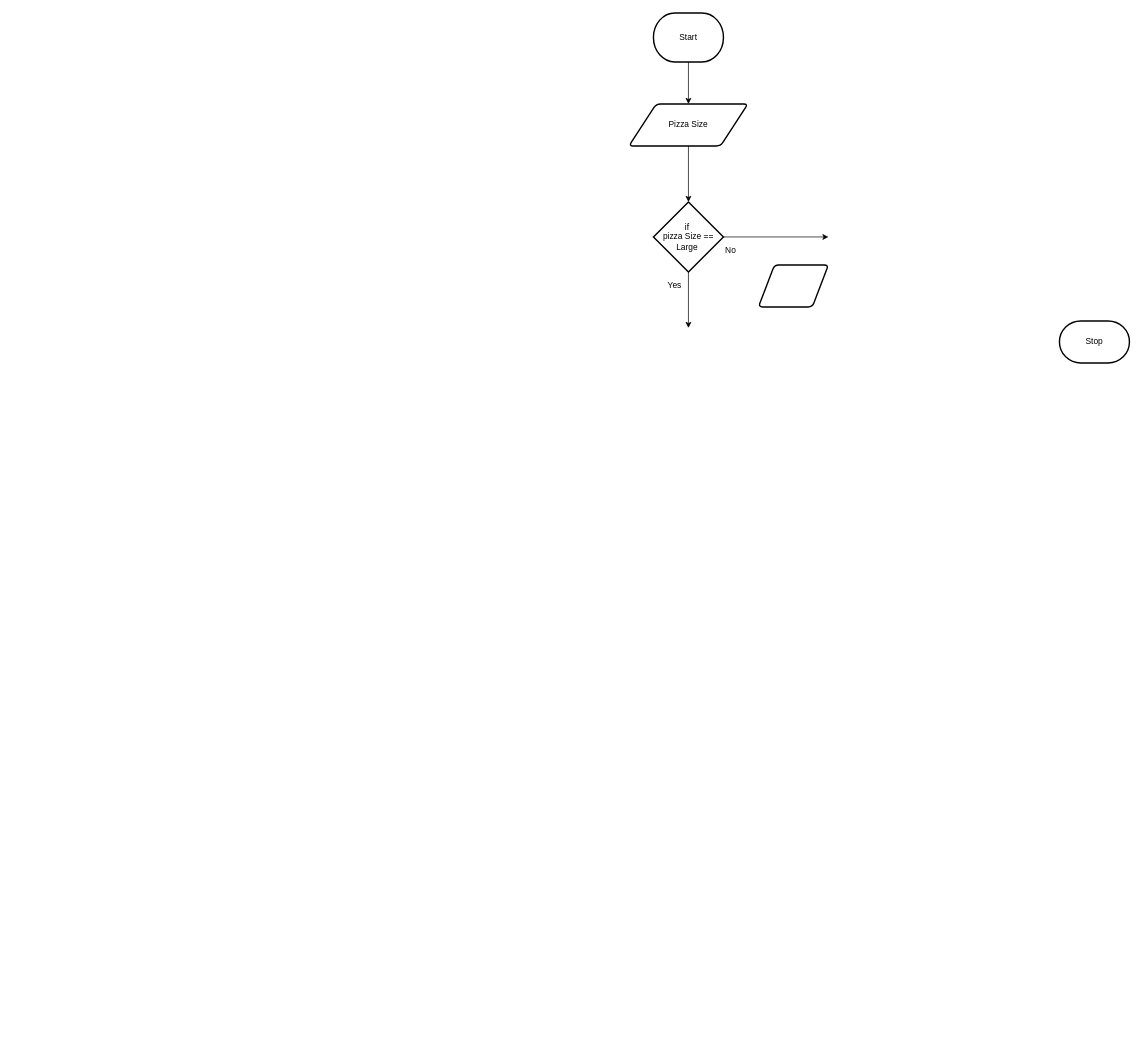
Before: design/flowchart.drawio in MTHS-ICD2O-1-2023/ICD2O-Assignment-04-George-Khalil-29, a draw.io diagram. Source tidied: cells renumbered, new cells numbered last; positions are measured from the earlier drawing's top-left corner, leaving out a move shared by most shapes. Both pictures are drawn from the tidied source at 70%, with x=0, y=0 at pixel (629, 13).
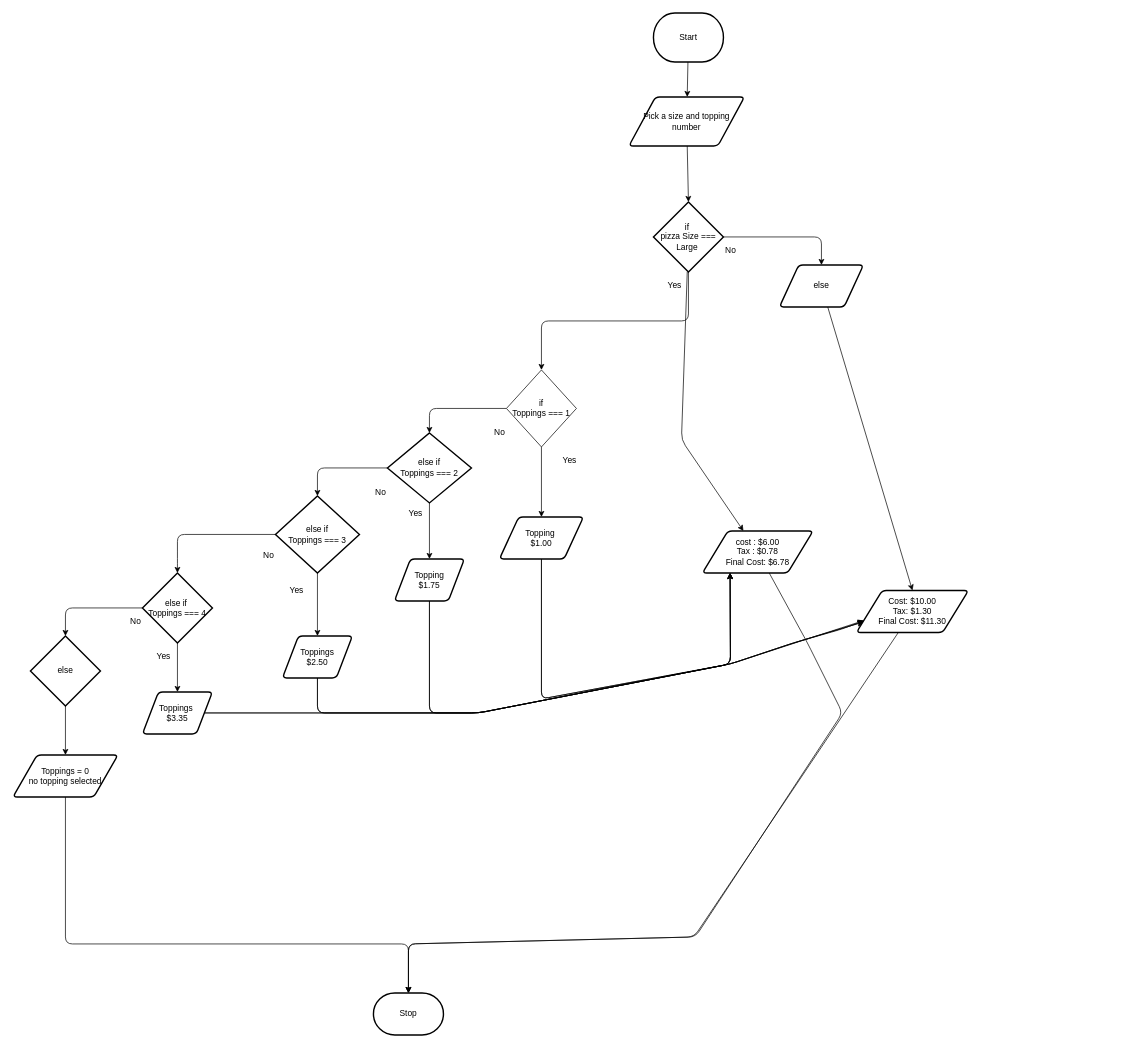
The same diagram, later.

The edit, as a diff of the source:
```diff
@@
     <mxCell id="4" value="Stop" style="strokeWidth=2;html=1;shape=mxgraph.flowchart.terminator;whiteSpace=wrap;" parent="1" vertex="1">
-      <mxGeometry x="615" y="440" width="100" height="60" as="geometry" />
+      <mxGeometry x="-365" y="1400" width="100" height="60" as="geometry" />
     </mxCell>
@@
-    <mxCell id="6" value="Pizza Size" style="shape=parallelogram;html=1;strokeWidth=2;perimeter=parallelogramPerimeter;whiteSpace=wrap;rounded=1;arcSize=12;size=0.23;" parent="1" vertex="1">
-      <mxGeometry y="130" width="170" height="60" as="geometry" />
+    <mxCell id="6" value="Pick a size and topping number" style="shape=parallelogram;html=1;strokeWidth=2;perimeter=parallelogramPerimeter;whiteSpace=wrap;rounded=1;arcSize=12;size=0.23;" parent="1" vertex="1">
+      <mxGeometry y="120" width="165" height="70" as="geometry" />
     </mxCell>
-    <mxCell id="7" style="edgeStyle=none;html=1;" parent="1" edge="1" source="9">
+    <mxCell id="7" style="edgeStyle=none;html=1;entryX=0.5;entryY=0;entryDx=0;entryDy=0;" parent="1" edge="1" source="9" target="12">
       <mxGeometry relative="1" as="geometry">
-        <mxPoint x="285" y="320" as="targetPoint" />
+        <Array as="points">
+          <mxPoint x="275" y="320" />
+        </Array>
       </mxGeometry>
     </mxCell>
-    <mxCell id="8" style="edgeStyle=none;html=1;" parent="1" edge="1" source="9">
-      <mxGeometry relative="1" as="geometry">
-        <mxPoint x="85" y="450" as="targetPoint" />
-      </mxGeometry>
-    </mxCell>
+    <mxCell id="13" style="edgeStyle=none;html=1;entryX=0.5;entryY=0;entryDx=0;entryDy=0;exitX=0.5;exitY=1;exitDx=0;exitDy=0;exitPerimeter=0;" parent="1" edge="1" source="9" target="22">
+      <mxGeometry relative="1" as="geometry">
+        <Array as="points">
+          <mxPoint x="85" y="440" />
+          <mxPoint x="-125" y="440" />
+        </Array>
+      </mxGeometry>
+    </mxCell>
+    <mxCell id="14" style="edgeStyle=none;html=1;" parent="1" edge="1" source="9" target="17">
+      <mxGeometry relative="1" as="geometry">
+        <Array as="points">
+          <mxPoint x="75" y="610" />
+        </Array>
+      </mxGeometry>
+    </mxCell>
-    <mxCell id="9" value="if&amp;nbsp;&lt;br&gt;pizza Size == Large&amp;nbsp;" style="strokeWidth=2;html=1;shape=mxgraph.flowchart.decision;whiteSpace=wrap;" parent="1" vertex="1">
+    <mxCell id="9" value="if&amp;nbsp;&lt;br&gt;pizza Size === Large&amp;nbsp;" style="strokeWidth=2;html=1;shape=mxgraph.flowchart.decision;whiteSpace=wrap;" parent="1" vertex="1">
       <mxGeometry x="35" y="270" width="100" height="100" as="geometry" />
     </mxCell>
@@
+    <mxCell id="15" style="edgeStyle=none;html=1;entryX=0.5;entryY=0;entryDx=0;entryDy=0;" parent="1" edge="1" source="12" target="19">
+      <mxGeometry relative="1" as="geometry" />
+    </mxCell>
-    <mxCell id="12" style="shape=parallelogram;html=1;strokeWidth=2;perimeter=parallelogramPerimeter;whiteSpace=wrap;rounded=1;arcSize=12;size=0.23;" parent="1" vertex="1">
-      <mxGeometry x="185" y="360" width="100" height="60" as="geometry" />
+    <mxCell id="12" value="else" style="shape=parallelogram;html=1;strokeWidth=2;perimeter=parallelogramPerimeter;whiteSpace=wrap;rounded=1;arcSize=12;size=0.23;" parent="1" vertex="1">
+      <mxGeometry x="215" y="360" width="120" height="60" as="geometry" />
     </mxCell>
+    <mxCell id="16" style="edgeStyle=none;html=1;entryX=0.5;entryY=0;entryDx=0;entryDy=0;entryPerimeter=0;" parent="1" edge="1" source="17" target="4">
+      <mxGeometry relative="1" as="geometry">
+        <Array as="points">
+          <mxPoint x="255" y="900" />
+          <mxPoint x="305" y="1000" />
+          <mxPoint x="95" y="1320" />
+          <mxPoint x="-315" y="1330" />
+        </Array>
+      </mxGeometry>
+    </mxCell>
+    <mxCell id="17" value="cost : $6.00&lt;br&gt;Tax : $0.78&lt;br&gt;Final Cost: $6.78" style="shape=parallelogram;html=1;strokeWidth=2;perimeter=parallelogramPerimeter;whiteSpace=wrap;rounded=1;arcSize=12;size=0.23;" parent="1" vertex="1">
+      <mxGeometry x="105" y="740" width="158" height="60" as="geometry" />
+    </mxCell>
+    <mxCell id="18" style="edgeStyle=none;html=1;entryX=0.5;entryY=0;entryDx=0;entryDy=0;entryPerimeter=0;" parent="1" edge="1" source="19" target="4">
+      <mxGeometry relative="1" as="geometry">
+        <Array as="points">
+          <mxPoint x="93" y="1320" />
+          <mxPoint x="-315" y="1330" />
+        </Array>
+      </mxGeometry>
+    </mxCell>
+    <mxCell id="19" value="Cost: $10.00&lt;br&gt;Tax: $1.30&lt;br&gt;Final Cost: $11.30" style="shape=parallelogram;html=1;strokeWidth=2;perimeter=parallelogramPerimeter;whiteSpace=wrap;rounded=1;arcSize=12;size=0.23;" parent="1" vertex="1">
+      <mxGeometry x="325" y="825" width="160" height="60" as="geometry" />
+    </mxCell>
+    <mxCell id="20" style="edgeStyle=none;html=1;entryX=0.5;entryY=0;entryDx=0;entryDy=0;entryPerimeter=0;" parent="1" edge="1" source="22" target="30">
+      <mxGeometry relative="1" as="geometry">
+        <Array as="points">
+          <mxPoint x="-285" y="565" />
+        </Array>
+      </mxGeometry>
+    </mxCell>
+    <mxCell id="21" style="edgeStyle=none;html=1;entryX=0.5;entryY=0;entryDx=0;entryDy=0;" parent="1" edge="1" source="22" target="27">
+      <mxGeometry relative="1" as="geometry" />
+    </mxCell>
+    <mxCell id="22" value="if &lt;br&gt;Toppings === 1" style="rhombus;whiteSpace=wrap;html=1;" parent="1" vertex="1">
+      <mxGeometry x="-175" y="510" width="100" height="110" as="geometry" />
+    </mxCell>
+    <mxCell id="23" value="Yes" style="text;html=1;align=center;verticalAlign=middle;strokeColor=none;fillColor=none;" parent="1" vertex="1">
+      <mxGeometry x="-105" y="625" width="40" height="30" as="geometry" />
+    </mxCell>
+    <mxCell id="24" value="No" style="text;html=1;align=center;verticalAlign=middle;strokeColor=none;fillColor=none;" parent="1" vertex="1">
+      <mxGeometry x="-205" y="585" width="40" height="30" as="geometry" />
+    </mxCell>
+    <mxCell id="25" style="edgeStyle=none;html=1;entryX=0.25;entryY=1;entryDx=0;entryDy=0;" parent="1" edge="1" source="27" target="17">
+      <mxGeometry relative="1" as="geometry">
+        <Array as="points">
+          <mxPoint x="-125" y="980" />
+          <mxPoint x="145" y="930" />
+        </Array>
+      </mxGeometry>
+    </mxCell>
+    <mxCell id="26" style="edgeStyle=none;html=1;entryX=0;entryY=0.75;entryDx=0;entryDy=0;" parent="1" edge="1" source="27" target="19">
+      <mxGeometry relative="1" as="geometry">
+        <Array as="points">
+          <mxPoint x="-125" y="980" />
+          <mxPoint x="145" y="930" />
+        </Array>
+      </mxGeometry>
+    </mxCell>
+    <mxCell id="27" value="Topping&amp;nbsp;&lt;br&gt;$1.00" style="shape=parallelogram;html=1;strokeWidth=2;perimeter=parallelogramPerimeter;whiteSpace=wrap;rounded=1;arcSize=12;size=0.23;" parent="1" vertex="1">
+      <mxGeometry x="-185" y="720" width="120" height="60" as="geometry" />
+    </mxCell>
+    <mxCell id="28" style="edgeStyle=none;html=1;entryX=0.5;entryY=0;entryDx=0;entryDy=0;entryPerimeter=0;" parent="1" edge="1" source="30" target="35">
+      <mxGeometry relative="1" as="geometry">
+        <Array as="points">
+          <mxPoint x="-445" y="650" />
+        </Array>
+      </mxGeometry>
+    </mxCell>
+    <mxCell id="29" style="edgeStyle=none;html=1;" parent="1" edge="1" source="30" target="38">
+      <mxGeometry relative="1" as="geometry" />
+    </mxCell>
+    <mxCell id="30" value="else if&lt;br&gt;Toppings === 2" style="strokeWidth=2;html=1;shape=mxgraph.flowchart.decision;whiteSpace=wrap;" parent="1" vertex="1">
+      <mxGeometry x="-345" y="600" width="120" height="100" as="geometry" />
+    </mxCell>
+    <mxCell id="31" value="Yes" style="text;html=1;align=center;verticalAlign=middle;strokeColor=none;fillColor=none;" parent="1" vertex="1">
+      <mxGeometry x="-325" y="700" width="40" height="30" as="geometry" />
+    </mxCell>
+    <mxCell id="32" value="No&lt;br&gt;" style="text;html=1;align=center;verticalAlign=middle;strokeColor=none;fillColor=none;" parent="1" vertex="1">
+      <mxGeometry x="-375" y="670" width="40" height="30" as="geometry" />
+    </mxCell>
+    <mxCell id="33" style="edgeStyle=none;html=1;entryX=0.5;entryY=0;entryDx=0;entryDy=0;entryPerimeter=0;" parent="1" edge="1" source="35" target="46">
+      <mxGeometry relative="1" as="geometry">
+        <Array as="points">
+          <mxPoint x="-645" y="745" />
+          <mxPoint x="-645" y="780" />
+        </Array>
+      </mxGeometry>
+    </mxCell>
+    <mxCell id="34" style="edgeStyle=none;html=1;entryX=0.5;entryY=0;entryDx=0;entryDy=0;" parent="1" edge="1" source="35" target="43">
+      <mxGeometry relative="1" as="geometry" />
+    </mxCell>
+    <mxCell id="35" value="else if&lt;br&gt;Toppings === 3" style="strokeWidth=2;html=1;shape=mxgraph.flowchart.decision;whiteSpace=wrap;" parent="1" vertex="1">
+      <mxGeometry x="-505" y="690" width="120" height="110" as="geometry" />
+    </mxCell>
+    <mxCell id="36" style="edgeStyle=none;html=1;entryX=0.25;entryY=1;entryDx=0;entryDy=0;" parent="1" edge="1" source="38" target="17">
+      <mxGeometry relative="1" as="geometry">
+        <Array as="points">
+          <mxPoint x="-285" y="1000" />
+          <mxPoint x="-215" y="1000" />
+          <mxPoint x="145" y="930" />
+        </Array>
+      </mxGeometry>
+    </mxCell>
+    <mxCell id="37" style="edgeStyle=none;html=1;" parent="1" edge="1" source="38">
+      <mxGeometry relative="1" as="geometry">
+        <mxPoint x="335" y="870" as="targetPoint" />
+        <Array as="points">
+          <mxPoint x="-285" y="1000" />
+          <mxPoint x="-215" y="1000" />
+          <mxPoint x="145" y="930" />
+          <mxPoint x="235" y="900" />
+        </Array>
+      </mxGeometry>
+    </mxCell>
+    <mxCell id="38" value="Topping&lt;br&gt;$1.75" style="shape=parallelogram;html=1;strokeWidth=2;perimeter=parallelogramPerimeter;whiteSpace=wrap;rounded=1;arcSize=12;size=0.23;" parent="1" vertex="1">
+      <mxGeometry x="-335" y="780" width="100" height="60" as="geometry" />
+    </mxCell>
+    <mxCell id="39" value="Yes" style="text;html=1;align=center;verticalAlign=middle;strokeColor=none;fillColor=none;" parent="1" vertex="1">
+      <mxGeometry x="-495" y="810" width="40" height="30" as="geometry" />
+    </mxCell>
+    <mxCell id="40" value="No" style="text;html=1;align=center;verticalAlign=middle;strokeColor=none;fillColor=none;" parent="1" vertex="1">
+      <mxGeometry x="-535" y="760" width="40" height="30" as="geometry" />
+    </mxCell>
+    <mxCell id="41" style="edgeStyle=none;html=1;entryX=0.25;entryY=1;entryDx=0;entryDy=0;" parent="1" edge="1" source="43" target="17">
+      <mxGeometry relative="1" as="geometry">
+        <Array as="points">
+          <mxPoint x="-445" y="1000" />
+          <mxPoint x="-215" y="1000" />
+          <mxPoint x="145" y="930" />
+        </Array>
+      </mxGeometry>
+    </mxCell>
+    <mxCell id="42" style="edgeStyle=none;html=1;" parent="1" edge="1" source="43">
+      <mxGeometry relative="1" as="geometry">
+        <mxPoint x="335" y="870" as="targetPoint" />
+        <Array as="points">
+          <mxPoint x="-445" y="1000" />
+          <mxPoint x="-215" y="1000" />
+          <mxPoint x="145" y="930" />
+          <mxPoint x="235" y="900" />
+        </Array>
+      </mxGeometry>
+    </mxCell>
+    <mxCell id="43" value="Toppings&lt;br&gt;$2.50" style="shape=parallelogram;html=1;strokeWidth=2;perimeter=parallelogramPerimeter;whiteSpace=wrap;rounded=1;arcSize=12;size=0.23;" parent="1" vertex="1">
+      <mxGeometry x="-495" y="890" width="100" height="60" as="geometry" />
+    </mxCell>
+    <mxCell id="44" style="edgeStyle=none;html=1;entryX=0.5;entryY=0;entryDx=0;entryDy=0;" parent="1" edge="1" source="46" target="51">
+      <mxGeometry relative="1" as="geometry" />
+    </mxCell>
+    <mxCell id="45" style="edgeStyle=none;html=1;" parent="1" edge="1" source="46" target="53">
+      <mxGeometry relative="1" as="geometry">
+        <Array as="points">
+          <mxPoint x="-805" y="850" />
+        </Array>
+      </mxGeometry>
+    </mxCell>
+    <mxCell id="46" value="else if&amp;nbsp;&lt;br&gt;Toppings === 4" style="strokeWidth=2;html=1;shape=mxgraph.flowchart.decision;whiteSpace=wrap;" parent="1" vertex="1">
+      <mxGeometry x="-695" y="800" width="100" height="100" as="geometry" />
+    </mxCell>
+    <mxCell id="47" value="Yes" style="text;html=1;align=center;verticalAlign=middle;strokeColor=none;fillColor=none;" parent="1" vertex="1">
+      <mxGeometry x="-685" y="905" width="40" height="30" as="geometry" />
+    </mxCell>
+    <mxCell id="48" value="No" style="text;html=1;align=center;verticalAlign=middle;strokeColor=none;fillColor=none;" parent="1" vertex="1">
+      <mxGeometry x="-725" y="855" width="40" height="30" as="geometry" />
+    </mxCell>
+    <mxCell id="49" style="edgeStyle=none;html=1;entryX=0.25;entryY=1;entryDx=0;entryDy=0;" parent="1" edge="1" source="51" target="17">
+      <mxGeometry relative="1" as="geometry">
+        <Array as="points">
+          <mxPoint x="-215" y="1000" />
+          <mxPoint x="145" y="930" />
+        </Array>
+      </mxGeometry>
+    </mxCell>
+    <mxCell id="50" style="edgeStyle=none;html=1;entryX=0;entryY=0.75;entryDx=0;entryDy=0;" parent="1" edge="1" source="51" target="19">
+      <mxGeometry relative="1" as="geometry">
+        <Array as="points">
+          <mxPoint x="-215" y="1000" />
+          <mxPoint x="145" y="930" />
+          <mxPoint x="235" y="900" />
+          <mxPoint x="305" y="880" />
+        </Array>
+      </mxGeometry>
+    </mxCell>
+    <mxCell id="51" value="Toppings&amp;nbsp;&lt;br&gt;$3.35" style="shape=parallelogram;html=1;strokeWidth=2;perimeter=parallelogramPerimeter;whiteSpace=wrap;rounded=1;arcSize=12;size=0.23;" parent="1" vertex="1">
+      <mxGeometry x="-695" y="970" width="100" height="60" as="geometry" />
+    </mxCell>
+    <mxCell id="52" style="edgeStyle=none;html=1;" parent="1" edge="1" source="53" target="55">
+      <mxGeometry relative="1" as="geometry" />
+    </mxCell>
+    <mxCell id="53" value="else" style="strokeWidth=2;html=1;shape=mxgraph.flowchart.decision;whiteSpace=wrap;" parent="1" vertex="1">
+      <mxGeometry x="-855" y="890" width="100" height="100" as="geometry" />
+    </mxCell>
+    <mxCell id="54" style="edgeStyle=none;html=1;entryX=0.5;entryY=0;entryDx=0;entryDy=0;entryPerimeter=0;" parent="1" edge="1" source="55" target="4">
+      <mxGeometry relative="1" as="geometry">
+        <Array as="points">
+          <mxPoint x="-805" y="1330" />
+          <mxPoint x="-315" y="1330" />
+        </Array>
+      </mxGeometry>
+    </mxCell>
+    <mxCell id="55" value="Toppings = 0&lt;br&gt;no topping selected" style="shape=parallelogram;html=1;strokeWidth=2;perimeter=parallelogramPerimeter;whiteSpace=wrap;rounded=1;arcSize=12;size=0.23;" parent="1" vertex="1">
+      <mxGeometry x="-880" y="1060" width="150" height="60" as="geometry" />
+    </mxCell>
```
